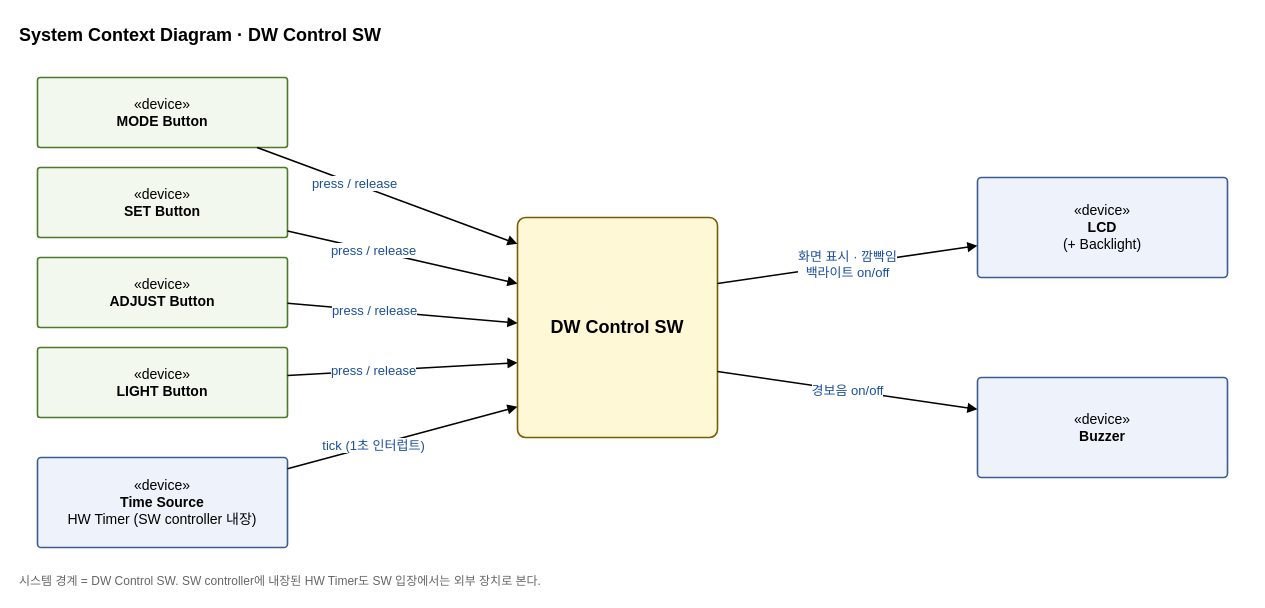
sspring2048/AssoArch keeps this draw.io diagram as docs/OOAD/practice/context/DigitalWatch_SystemContext.drawio. Above is the earlier version. Source tidied: cells renumbered, new cells numbered last; positions are measured from the earlier drawing's top-left corner, leaving out a move shared by most shapes. Both pictures are drawn from the tidied source at 100%, with x=0, y=0 at pixel (17, 17).
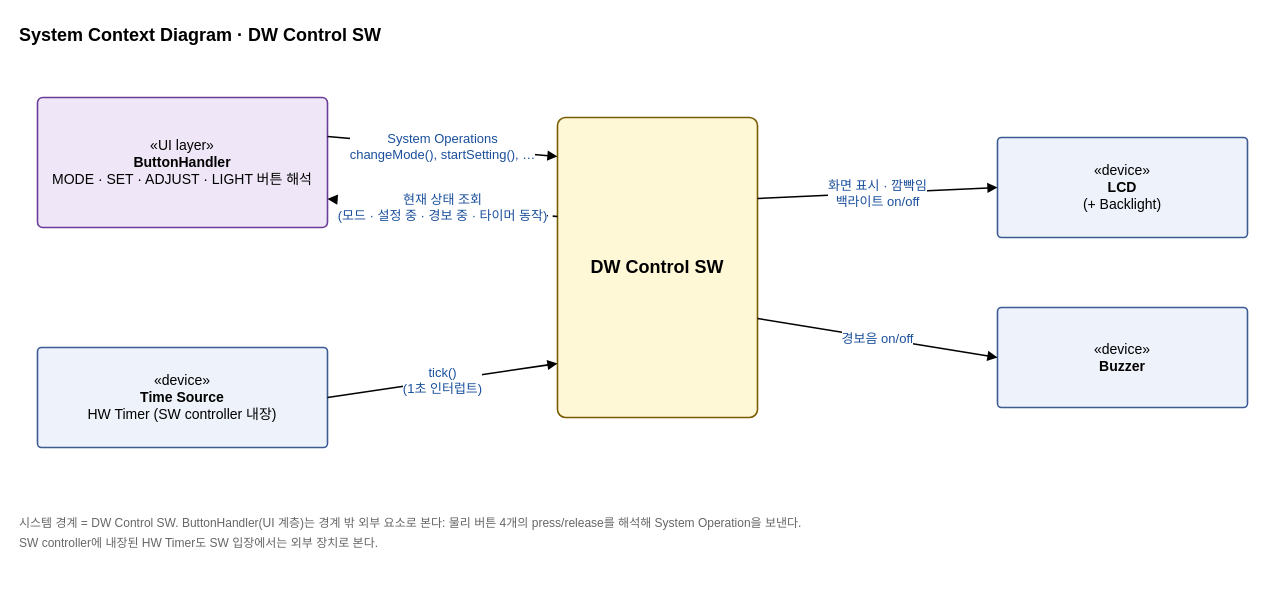
The same page after the edit.

The edit, as a diff of the source:
```diff
@@
 <mxGraphModel>
   <root>
     <mxCell id="0" />
     <mxCell id="1" parent="0" />
     <mxCell id="2" value="System Context Diagram · DW Control SW" style="text;fontSize=18;fontStyle=1;align=left;" parent="1" vertex="1">
       <mxGeometry width="520" height="30" as="geometry" />
     </mxCell>
-    <mxCell id="3" value="«device»&lt;br&gt;&lt;b&gt;MODE Button&lt;/b&gt;" style="rounded=1;arcSize=4;whiteSpace=wrap;html=1;fillColor=#f3f8ee;strokeColor=#4d7a2a;strokeWidth=1.6;fontSize=14;" parent="1" vertex="1">
-      <mxGeometry x="20" y="60" width="250" height="70" as="geometry" />
-    </mxCell>
-    <mxCell id="4" value="«device»&lt;br&gt;&lt;b&gt;SET Button&lt;/b&gt;" style="rounded=1;arcSize=4;whiteSpace=wrap;html=1;fillColor=#f3f8ee;strokeColor=#4d7a2a;strokeWidth=1.6;fontSize=14;" parent="1" vertex="1">
-      <mxGeometry x="20" y="150" width="250" height="70" as="geometry" />
-    </mxCell>
-    <mxCell id="5" value="«device»&lt;br&gt;&lt;b&gt;ADJUST Button&lt;/b&gt;" style="rounded=1;arcSize=4;whiteSpace=wrap;html=1;fillColor=#f3f8ee;strokeColor=#4d7a2a;strokeWidth=1.6;fontSize=14;" parent="1" vertex="1">
-      <mxGeometry x="20" y="240" width="250" height="70" as="geometry" />
-    </mxCell>
-    <mxCell id="6" value="«device»&lt;br&gt;&lt;b&gt;LIGHT Button&lt;/b&gt;" style="rounded=1;arcSize=4;whiteSpace=wrap;html=1;fillColor=#f3f8ee;strokeColor=#4d7a2a;strokeWidth=1.6;fontSize=14;" parent="1" vertex="1">
-      <mxGeometry x="20" y="330" width="250" height="70" as="geometry" />
-    </mxCell>
+    <mxCell id="19" value="«UI layer»&lt;br&gt;&lt;b&gt;ButtonHandler&lt;/b&gt;&lt;br&gt;MODE · SET · ADJUST · LIGHT 버튼 해석" style="rounded=1;arcSize=4;whiteSpace=wrap;html=1;fillColor=#efe7f7;strokeColor=#6a3d9a;strokeWidth=1.6;fontSize=14;" parent="1" vertex="1">
+      <mxGeometry x="20" y="80" width="290" height="130" as="geometry" />
+    </mxCell>
     <mxCell id="7" value="«device»&lt;br&gt;&lt;b&gt;Time Source&lt;/b&gt;&lt;br&gt;HW Timer (SW controller 내장)" style="rounded=1;arcSize=4;whiteSpace=wrap;html=1;fillColor=#eef2fa;strokeColor=#3b5b92;strokeWidth=1.6;fontSize=14;" parent="1" vertex="1">
-      <mxGeometry x="20" y="440" width="250" height="90" as="geometry" />
+      <mxGeometry x="20" y="330" width="290" height="100" as="geometry" />
     </mxCell>
     <mxCell id="8" value="&lt;b&gt;DW Control SW&lt;/b&gt;" style="rounded=1;arcSize=4;whiteSpace=wrap;html=1;fillColor=#fff8d6;strokeColor=#7a5c00;strokeWidth=1.6;fontSize=18;" parent="1" vertex="1">
-      <mxGeometry x="500" y="200" width="200" height="220" as="geometry" />
+      <mxGeometry x="540" y="100" width="200" height="300" as="geometry" />
     </mxCell>
     <mxCell id="9" value="«device»&lt;br&gt;&lt;b&gt;LCD&lt;/b&gt;&lt;br&gt;(+ Backlight)" style="rounded=1;arcSize=4;whiteSpace=wrap;html=1;fillColor=#eef2fa;strokeColor=#3b5b92;strokeWidth=1.6;fontSize=14;" parent="1" vertex="1">
-      <mxGeometry x="960" y="160" width="250" height="100" as="geometry" />
+      <mxGeometry x="980" y="120" width="250" height="100" as="geometry" />
     </mxCell>
     <mxCell id="10" value="«device»&lt;br&gt;&lt;b&gt;Buzzer&lt;/b&gt;" style="rounded=1;arcSize=4;whiteSpace=wrap;html=1;fillColor=#eef2fa;strokeColor=#3b5b92;strokeWidth=1.6;fontSize=14;" parent="1" vertex="1">
-      <mxGeometry x="960" y="360" width="250" height="100" as="geometry" />
+      <mxGeometry x="980" y="290" width="250" height="100" as="geometry" />
     </mxCell>
-    <mxCell id="11" value="press / release" style="endArrow=block;endFill=1;html=1;strokeWidth=1.6;fontSize=13;fontColor=#1a4f9c;labelBackgroundColor=#ffffff;entryX=0;entryY=0.12;" parent="1" edge="1" source="3" target="8">
-      <mxGeometry x="-0.25" relative="1" as="geometry" />
+    <mxCell id="11" value="System Operations&lt;br&gt;changeMode(), startSetting(), …" style="endArrow=block;endFill=1;html=1;strokeWidth=1.6;fontSize=13;fontColor=#1a4f9c;labelBackgroundColor=#ffffff;exitX=1;exitY=0.3;entryX=0;entryY=0.13;" parent="1" edge="1" source="19" target="8">
+      <mxGeometry relative="1" as="geometry" />
     </mxCell>
-    <mxCell id="12" value="press / release" style="endArrow=block;endFill=1;html=1;strokeWidth=1.6;fontSize=13;fontColor=#1a4f9c;labelBackgroundColor=#ffffff;entryX=0;entryY=0.3;" parent="1" edge="1" source="4" target="8">
-      <mxGeometry x="-0.25" relative="1" as="geometry" />
+    <mxCell id="12" value="현재 상태 조회&lt;br&gt;(모드 · 설정 중 · 경보 중 · 타이머 동작)" style="endArrow=block;endFill=1;html=1;strokeWidth=1.6;fontSize=13;fontColor=#1a4f9c;labelBackgroundColor=#ffffff;dashed=1;exitX=0;exitY=0.33;entryX=1;entryY=0.78;" parent="1" edge="1" source="8" target="19">
+      <mxGeometry relative="1" as="geometry" />
     </mxCell>
-    <mxCell id="13" value="press / release" style="endArrow=block;endFill=1;html=1;strokeWidth=1.6;fontSize=13;fontColor=#1a4f9c;labelBackgroundColor=#ffffff;entryX=0;entryY=0.48;" parent="1" edge="1" source="5" target="8">
-      <mxGeometry x="-0.25" relative="1" as="geometry" />
+    <mxCell id="13" value="tick()&lt;br&gt;(1초 인터럽트)" style="endArrow=block;endFill=1;html=1;strokeWidth=1.6;fontSize=13;fontColor=#1a4f9c;labelBackgroundColor=#ffffff;exitX=1;exitY=0.5;entryX=0;entryY=0.82;" parent="1" edge="1" source="7" target="8">
+      <mxGeometry relative="1" as="geometry" />
     </mxCell>
-    <mxCell id="14" value="press / release" style="endArrow=block;endFill=1;html=1;strokeWidth=1.6;fontSize=13;fontColor=#1a4f9c;labelBackgroundColor=#ffffff;entryX=0;entryY=0.66;" parent="1" edge="1" source="6" target="8">
-      <mxGeometry x="-0.25" relative="1" as="geometry" />
+    <mxCell id="14" value="화면 표시 · 깜빡임&lt;br&gt;백라이트 on/off" style="endArrow=block;endFill=1;html=1;strokeWidth=1.6;fontSize=13;fontColor=#1a4f9c;labelBackgroundColor=#ffffff;exitX=1;exitY=0.27;entryX=0;entryY=0.5;" parent="1" edge="1" source="8" target="9">
+      <mxGeometry relative="1" as="geometry" />
     </mxCell>
-    <mxCell id="15" value="tick (1초 인터럽트)" style="endArrow=block;endFill=1;html=1;strokeWidth=1.6;fontSize=13;fontColor=#1a4f9c;labelBackgroundColor=#ffffff;entryX=0;entryY=0.86;" parent="1" edge="1" source="7" target="8">
-      <mxGeometry x="-0.25" relative="1" as="geometry" />
+    <mxCell id="15" value="경보음 on/off" style="endArrow=block;endFill=1;html=1;strokeWidth=1.6;fontSize=13;fontColor=#1a4f9c;labelBackgroundColor=#ffffff;exitX=1;exitY=0.67;entryX=0;entryY=0.5;" parent="1" edge="1" source="8" target="10">
+      <mxGeometry relative="1" as="geometry" />
     </mxCell>
-    <mxCell id="16" value="화면 표시 · 깜빡임&lt;br&gt;백라이트 on/off" style="endArrow=block;endFill=1;html=1;strokeWidth=1.6;fontSize=13;fontColor=#1a4f9c;labelBackgroundColor=#ffffff;exitX=1;exitY=0.3;" parent="1" edge="1" source="8" target="9">
-      <mxGeometry relative="1" as="geometry" />
-    </mxCell>
-    <mxCell id="17" value="경보음 on/off" style="endArrow=block;endFill=1;html=1;strokeWidth=1.6;fontSize=13;fontColor=#1a4f9c;labelBackgroundColor=#ffffff;exitX=1;exitY=0.7;" parent="1" edge="1" source="8" target="10">
-      <mxGeometry relative="1" as="geometry" />
-    </mxCell>
-    <mxCell id="18" value="시스템 경계 = DW Control SW. SW controller에 내장된 HW Timer도 SW 입장에서는 외부 장치로 본다." style="text;fontSize=12;fontColor=#666666;align=left;" parent="1" vertex="1">
-      <mxGeometry y="550" width="800" height="24" as="geometry" />
-    </mxCell>
+    <mxCell id="20" value="시스템 경계 = DW Control SW. ButtonHandler(UI 계층)는 경계 밖 외부 요소로 본다: 물리 버튼 4개의 press/release를 해석해 System Operation을 보낸다." style="text;fontSize=12;fontColor=#666666;align=left;" parent="1" vertex="1">
+      <mxGeometry y="492" width="1100" height="22" as="geometry" />
+    </mxCell>
+    <mxCell id="21" value="SW controller에 내장된 HW Timer도 SW 입장에서는 외부 장치로 본다." style="text;fontSize=12;fontColor=#666666;align=left;" parent="1" vertex="1">
+      <mxGeometry y="512" width="1100" height="22" as="geometry" />
+    </mxCell>
   </root>
 </mxGraphModel>
```
